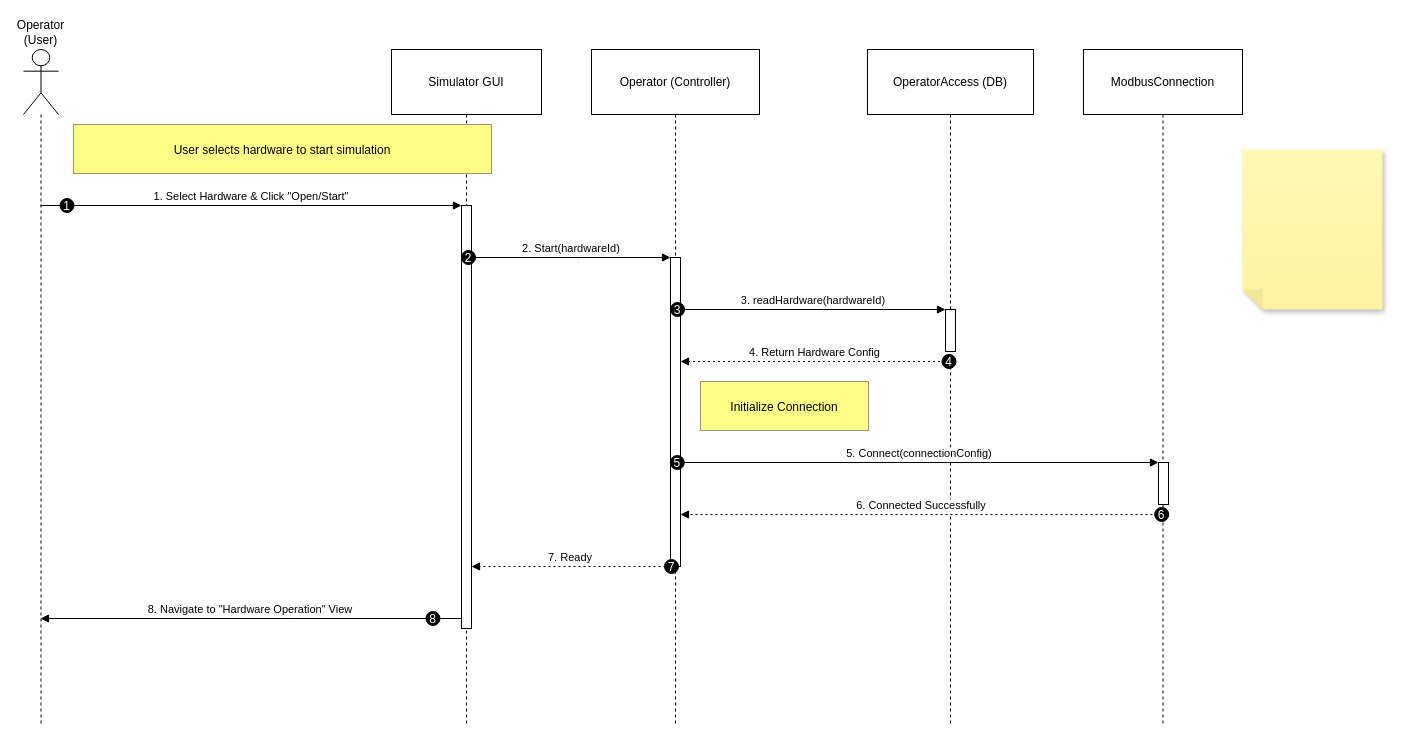
Before: page "User_Hardware_Choose_Usecase" (1 of 8) of Usecase1.drawio in EliyaMalka/Drawio, a draw.io diagram. Source tidied: cells renumbered, new cells numbered last; positions are measured from the earlier drawing's top-left corner, leaving out a move shared by most shapes. Both pictures are drawn from the tidied source at 100%, with x=0, y=0 at pixel (23, 49).
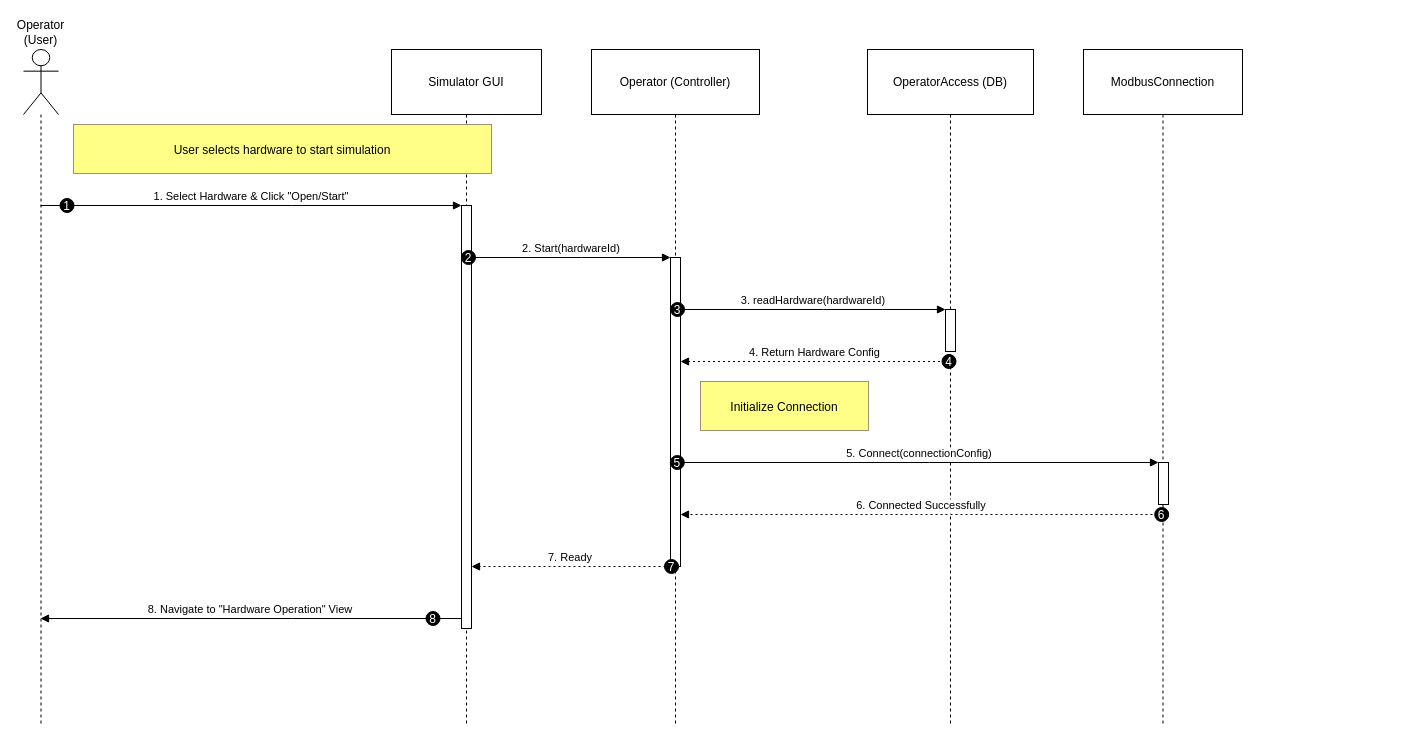
Above is the later version.

The edit, as a diff of the source:
```diff
@@
-    <mxCell id="29" style="shape=note;whiteSpace=wrap;html=1;backgroundOutline=1;fontColor=#000000;darkOpacity=0.05;fillColor=#FFF9B2;strokeColor=none;fillStyle=solid;direction=west;gradientDirection=north;gradientColor=#FFF2A1;shadow=1;size=20;" parent="1" vertex="1">
-      <mxGeometry x="1219" y="100" width="140" height="160" as="geometry" />
-    </mxCell>
```
